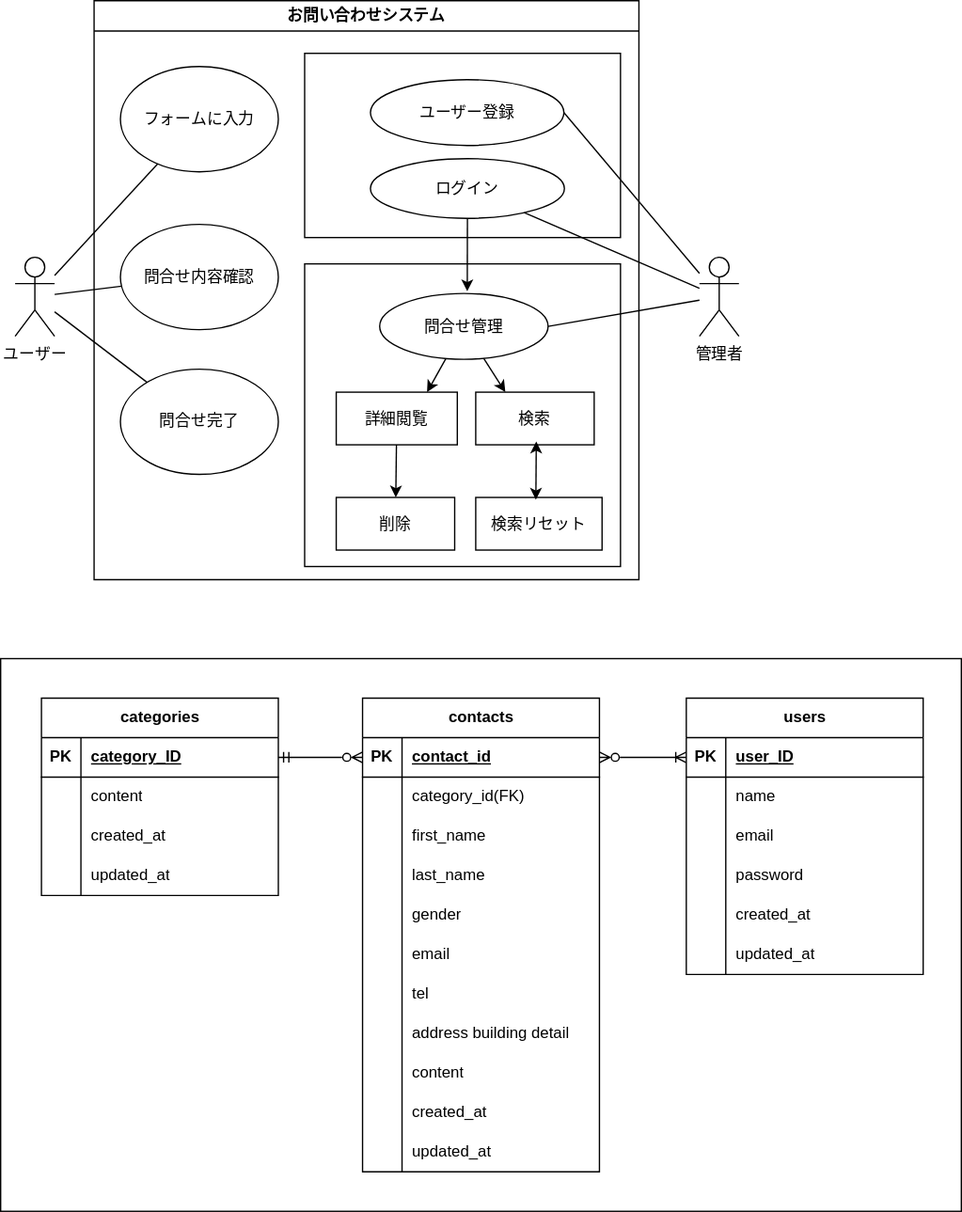
The draw.io diagram usecase_ER.drawio.svg in mutoryoko/check-test, before a commit. Source tidied: cells renumbered, new cells last; positions are measured from the earlier drawing's top-left corner, leaving out a move shared by most shapes.
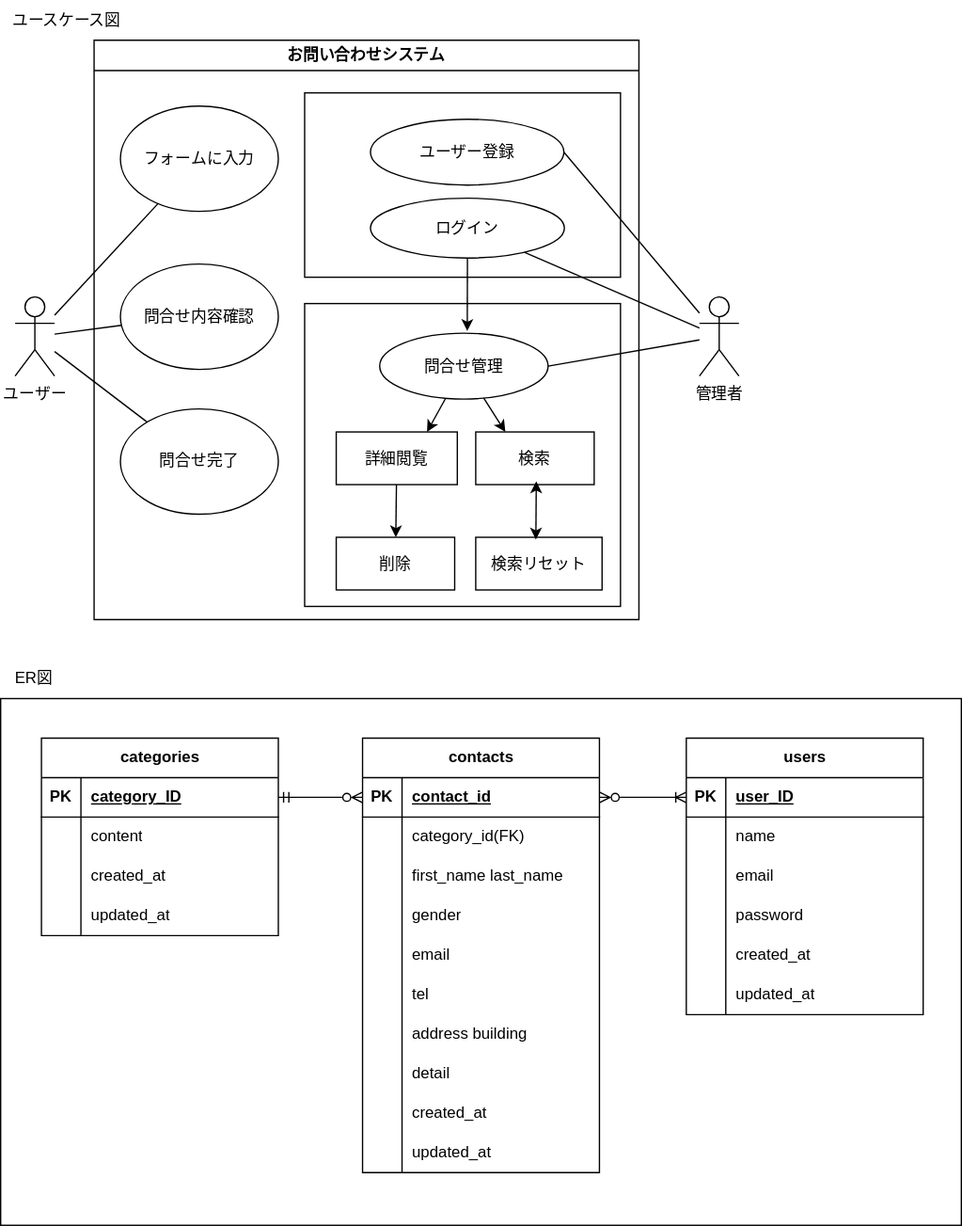
Later version of the same file.

What changed in the source:
```diff
@@ -89,10 +89,10 @@
       <mxGeometry relative="1" as="geometry" />
     </mxCell>
     <mxCell id="30" style="rounded=0;whiteSpace=wrap;html=1;" parent="1" vertex="1">
-      <mxGeometry y="500" width="730" height="420" as="geometry" />
+      <mxGeometry y="500" width="730" height="400" as="geometry" />
     </mxCell>
     <mxCell id="31" value="contacts" style="shape=table;startSize=30;rowLines=0;fontStyle=1;align=center;html=1;" parent="1" vertex="1">
-      <mxGeometry x="275" y="530" width="180" height="360" as="geometry" />
+      <mxGeometry x="275" y="530" width="180" height="330" as="geometry" />
     </mxCell>
     <mxCell id="32" style="shape=tableRow;horizontal=0;startSize=0;swimlaneHead=0;swimlaneBody=0;fillColor=none;points=[[0,0.5],[1,0.5]];portConstraint=eastwest;top=0;left=0;right=0;bottom=1;" parent="31" vertex="1">
       <mxGeometry y="30" width="180" height="30" as="geometry" />
@@ -118,20 +118,11 @@
     <mxCell id="39" style="shape=partialRectangle;fillColor=none;top=0;left=0;bottom=0;right=0;overflow=hidden;whiteSpace=wrap;html=1;" parent="38" vertex="1">
       <mxGeometry width="30" height="30" as="geometry" />
     </mxCell>
-    <mxCell id="40" value="first_name" style="shape=partialRectangle;fillColor=none;top=0;left=0;bottom=0;right=0;align=left;spacingLeft=6;overflow=hidden;whiteSpace=wrap;html=1;" parent="38" vertex="1">
+    <mxCell id="40" value="first_name last_name" style="shape=partialRectangle;fillColor=none;top=0;left=0;bottom=0;right=0;align=left;spacingLeft=6;overflow=hidden;whiteSpace=wrap;html=1;" parent="38" vertex="1">
       <mxGeometry x="30" width="150" height="30" as="geometry" />
     </mxCell>
-    <mxCell id="41" style="shape=tableRow;horizontal=0;startSize=0;swimlaneHead=0;swimlaneBody=0;fillColor=none;top=0;left=0;right=0;bottom=0;" parent="31" vertex="1">
-      <mxGeometry y="120" width="180" height="30" as="geometry" />
-    </mxCell>
-    <mxCell id="42" style="shape=partialRectangle;fillColor=none;top=0;left=0;bottom=0;right=0;overflow=hidden;whiteSpace=wrap;html=1;" parent="41" vertex="1">
-      <mxGeometry width="30" height="30" as="geometry" />
-    </mxCell>
-    <mxCell id="43" value="last_name" style="shape=partialRectangle;fillColor=none;top=0;left=0;bottom=0;right=0;align=left;spacingLeft=6;overflow=hidden;whiteSpace=wrap;html=1;" parent="41" vertex="1">
-      <mxGeometry x="30" width="150" height="30" as="geometry" />
-    </mxCell>
     <mxCell id="44" style="shape=tableRow;horizontal=0;startSize=0;swimlaneHead=0;swimlaneBody=0;fillColor=none;top=0;left=0;right=0;bottom=0;" parent="31" vertex="1">
-      <mxGeometry y="150" width="180" height="30" as="geometry" />
+      <mxGeometry y="120" width="180" height="30" as="geometry" />
     </mxCell>
     <mxCell id="45" style="shape=partialRectangle;fillColor=none;top=0;left=0;bottom=0;right=0;overflow=hidden;whiteSpace=wrap;html=1;" parent="44" vertex="1">
       <mxGeometry width="30" height="30" as="geometry" />
@@ -140,7 +131,7 @@
       <mxGeometry x="30" width="150" height="30" as="geometry" />
     </mxCell>
     <mxCell id="47" style="shape=tableRow;horizontal=0;startSize=0;swimlaneHead=0;swimlaneBody=0;fillColor=none;top=0;left=0;right=0;bottom=0;" parent="31" vertex="1">
-      <mxGeometry y="180" width="180" height="30" as="geometry" />
+      <mxGeometry y="150" width="180" height="30" as="geometry" />
     </mxCell>
     <mxCell id="48" style="shape=partialRectangle;fillColor=none;top=0;left=0;bottom=0;right=0;overflow=hidden;whiteSpace=wrap;html=1;" parent="47" vertex="1">
       <mxGeometry width="30" height="30" as="geometry" />
@@ -149,7 +140,7 @@
       <mxGeometry x="30" width="150" height="30" as="geometry" />
     </mxCell>
     <mxCell id="50" style="shape=tableRow;horizontal=0;startSize=0;swimlaneHead=0;swimlaneBody=0;fillColor=none;top=0;left=0;right=0;bottom=0;" parent="31" vertex="1">
-      <mxGeometry y="210" width="180" height="30" as="geometry" />
+      <mxGeometry y="180" width="180" height="30" as="geometry" />
     </mxCell>
     <mxCell id="51" style="shape=partialRectangle;fillColor=none;top=0;left=0;bottom=0;right=0;overflow=hidden;whiteSpace=wrap;html=1;" parent="50" vertex="1">
       <mxGeometry width="30" height="30" as="geometry" />
@@ -158,25 +149,25 @@
       <mxGeometry x="30" width="150" height="30" as="geometry" />
     </mxCell>
     <mxCell id="53" style="shape=tableRow;horizontal=0;startSize=0;swimlaneHead=0;swimlaneBody=0;fillColor=none;top=0;left=0;right=0;bottom=0;" parent="31" vertex="1">
-      <mxGeometry y="240" width="180" height="30" as="geometry" />
+      <mxGeometry y="210" width="180" height="30" as="geometry" />
     </mxCell>
     <mxCell id="54" style="shape=partialRectangle;fillColor=none;top=0;left=0;bottom=0;right=0;overflow=hidden;whiteSpace=wrap;html=1;" parent="53" vertex="1">
       <mxGeometry width="30" height="30" as="geometry" />
     </mxCell>
-    <mxCell id="55" value="address building detail" style="shape=partialRectangle;fillColor=none;top=0;left=0;bottom=0;right=0;align=left;spacingLeft=6;overflow=hidden;whiteSpace=wrap;html=1;" parent="53" vertex="1">
+    <mxCell id="55" value="address building" style="shape=partialRectangle;fillColor=none;top=0;left=0;bottom=0;right=0;align=left;spacingLeft=6;overflow=hidden;whiteSpace=wrap;html=1;" parent="53" vertex="1">
       <mxGeometry x="30" width="150" height="30" as="geometry" />
     </mxCell>
     <mxCell id="56" style="shape=tableRow;horizontal=0;startSize=0;swimlaneHead=0;swimlaneBody=0;fillColor=none;top=0;left=0;right=0;bottom=0;" parent="31" vertex="1">
-      <mxGeometry y="270" width="180" height="30" as="geometry" />
+      <mxGeometry y="240" width="180" height="30" as="geometry" />
     </mxCell>
     <mxCell id="57" style="shape=partialRectangle;fillColor=none;top=0;left=0;bottom=0;right=0;overflow=hidden;whiteSpace=wrap;html=1;" parent="56" vertex="1">
       <mxGeometry width="30" height="30" as="geometry" />
     </mxCell>
-    <mxCell id="58" value="content" style="shape=partialRectangle;fillColor=none;top=0;left=0;bottom=0;right=0;align=left;spacingLeft=6;overflow=hidden;whiteSpace=wrap;html=1;" parent="56" vertex="1">
+    <mxCell id="58" value="detail" style="shape=partialRectangle;fillColor=none;top=0;left=0;bottom=0;right=0;align=left;spacingLeft=6;overflow=hidden;whiteSpace=wrap;html=1;" parent="56" vertex="1">
       <mxGeometry x="30" width="150" height="30" as="geometry" />
     </mxCell>
     <mxCell id="59" style="shape=tableRow;horizontal=0;startSize=0;swimlaneHead=0;swimlaneBody=0;fillColor=none;top=0;left=0;right=0;bottom=0;" parent="31" vertex="1">
-      <mxGeometry y="300" width="180" height="30" as="geometry" />
+      <mxGeometry y="270" width="180" height="30" as="geometry" />
     </mxCell>
     <mxCell id="60" style="shape=partialRectangle;fillColor=none;top=0;left=0;bottom=0;right=0;overflow=hidden;whiteSpace=wrap;html=1;" parent="59" vertex="1">
       <mxGeometry width="30" height="30" as="geometry" />
@@ -185,7 +176,7 @@
       <mxGeometry x="30" width="150" height="30" as="geometry" />
     </mxCell>
     <mxCell id="62" style="shape=tableRow;horizontal=0;startSize=0;swimlaneHead=0;swimlaneBody=0;fillColor=none;top=0;left=0;right=0;bottom=0;" parent="31" vertex="1">
-      <mxGeometry y="330" width="180" height="30" as="geometry" />
+      <mxGeometry y="300" width="180" height="30" as="geometry" />
     </mxCell>
     <mxCell id="63" style="shape=partialRectangle;fillColor=none;top=0;left=0;bottom=0;right=0;overflow=hidden;whiteSpace=wrap;html=1;" parent="62" vertex="1">
       <mxGeometry width="30" height="30" as="geometry" />
@@ -298,5 +289,11 @@
     <mxCell id="99" style="endArrow=classic;html=1;entryX=0.52;entryY=-0.033;entryDx=0;entryDy=0;entryPerimeter=0;exitX=0.5;exitY=1;exitDx=0;exitDy=0;" parent="1" edge="1" source="21" target="5">
       <mxGeometry relative="1" as="geometry" />
     </mxCell>
+    <mxCell id="100" value="ユースケース図" style="text;html=1;align=center;verticalAlign=middle;strokeColor=none;fillColor=none;" parent="1" vertex="1">
+      <mxGeometry y="-30" width="100" height="30" as="geometry" />
+    </mxCell>
+    <mxCell id="101" value="ER図" style="text;html=1;align=center;verticalAlign=middle;strokeColor=none;fillColor=none;" parent="1" vertex="1">
+      <mxGeometry y="470" width="50" height="30" as="geometry" />
+    </mxCell>
   </root>
 </mxGraphModel>
```
